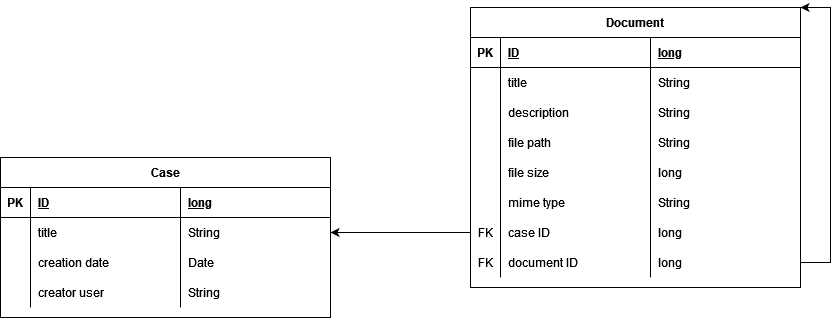
Above: Models/models.drawio.png in EvalVis/Data-storage-simulator (draw.io), before the change. Source tidied: cells renumbered, new cells last; positions are measured from the earlier drawing's top-left corner, leaving out a move shared by most shapes.
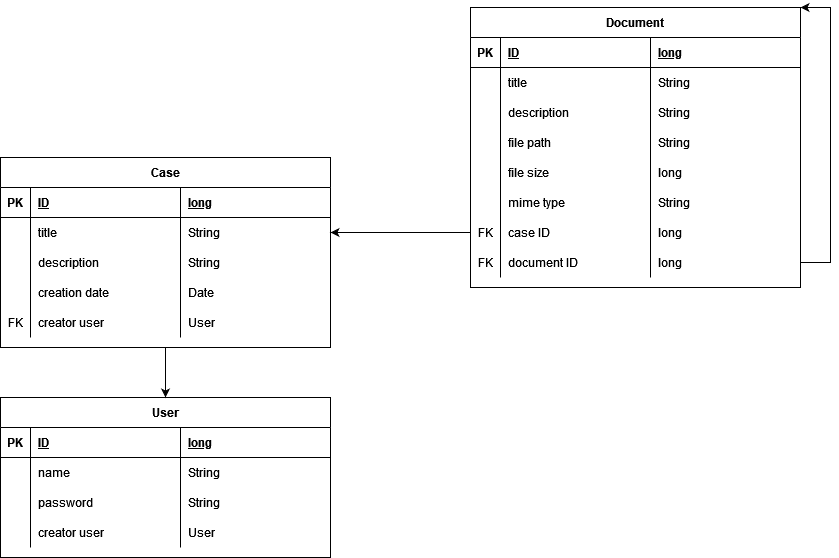
Later version of the same file.

Commit message:
Sync db diagram to project

What changed in the source:
```diff
@@ -3,7 +3,7 @@
     <mxCell id="0" />
     <mxCell id="1" parent="0" />
     <mxCell id="2" value="Case" style="shape=table;startSize=30;rowLines=0;fontStyle=1;align=center;" parent="1" vertex="1">
-      <mxGeometry y="150" width="330" height="160" as="geometry" />
+      <mxGeometry y="150" width="330" height="190" as="geometry" />
     </mxCell>
     <mxCell id="3" style="shape=tableRow;horizontal=0;startSize=0;swimlaneHead=0;swimlaneBody=0;fillColor=none;top=0;left=0;right=0;bottom=1;" parent="2" vertex="1">
       <mxGeometry y="30" width="330" height="30" as="geometry" />
@@ -29,8 +29,20 @@
     <mxCell id="10" value="String" style="shape=partialRectangle;fillColor=none;top=0;left=0;bottom=0;right=0;align=left;spacingLeft=6;overflow=hidden;" parent="7" vertex="1">
       <mxGeometry x="180" width="150" height="30" as="geometry" />
     </mxCell>
+    <mxCell id="54" style="shape=tableRow;horizontal=0;startSize=0;swimlaneHead=0;swimlaneBody=0;fillColor=none;top=0;left=0;right=0;bottom=0;" parent="2" vertex="1">
+      <mxGeometry y="90" width="330" height="30" as="geometry" />
+    </mxCell>
+    <mxCell id="55" style="shape=partialRectangle;fillColor=none;top=0;left=0;bottom=0;right=0;overflow=hidden;" parent="54" vertex="1">
+      <mxGeometry width="30" height="30" as="geometry" />
+    </mxCell>
+    <mxCell id="56" value="description" style="shape=partialRectangle;fillColor=none;top=0;left=0;bottom=0;right=0;align=left;spacingLeft=6;overflow=hidden;" parent="54" vertex="1">
+      <mxGeometry x="30" width="150" height="30" as="geometry" />
+    </mxCell>
+    <mxCell id="57" value="String" style="shape=partialRectangle;fillColor=none;top=0;left=0;bottom=0;right=0;align=left;spacingLeft=6;overflow=hidden;" parent="54" vertex="1">
+      <mxGeometry x="180" width="150" height="30" as="geometry" />
+    </mxCell>
     <mxCell id="11" style="shape=tableRow;horizontal=0;startSize=0;swimlaneHead=0;swimlaneBody=0;fillColor=none;top=0;left=0;right=0;bottom=0;" parent="2" vertex="1">
-      <mxGeometry y="90" width="330" height="30" as="geometry" />
+      <mxGeometry y="120" width="330" height="30" as="geometry" />
     </mxCell>
     <mxCell id="12" style="shape=partialRectangle;fillColor=none;top=0;left=0;bottom=0;right=0;overflow=hidden;" parent="11" vertex="1">
       <mxGeometry width="30" height="30" as="geometry" />
@@ -42,15 +54,15 @@
       <mxGeometry x="180" width="150" height="30" as="geometry" />
     </mxCell>
     <mxCell id="15" style="shape=tableRow;horizontal=0;startSize=0;swimlaneHead=0;swimlaneBody=0;fillColor=none;top=0;left=0;right=0;bottom=0;" parent="2" vertex="1">
-      <mxGeometry y="120" width="330" height="30" as="geometry" />
+      <mxGeometry y="150" width="330" height="30" as="geometry" />
     </mxCell>
-    <mxCell id="16" style="shape=partialRectangle;fillColor=none;top=0;left=0;bottom=0;right=0;overflow=hidden;" parent="15" vertex="1">
+    <mxCell id="16" value="FK" style="shape=partialRectangle;fillColor=none;top=0;left=0;bottom=0;right=0;overflow=hidden;" parent="15" vertex="1">
       <mxGeometry width="30" height="30" as="geometry" />
     </mxCell>
     <mxCell id="17" value="creator user" style="shape=partialRectangle;fillColor=none;top=0;left=0;bottom=0;right=0;align=left;spacingLeft=6;overflow=hidden;" parent="15" vertex="1">
       <mxGeometry x="30" width="150" height="30" as="geometry" />
     </mxCell>
-    <mxCell id="18" value="String" style="shape=partialRectangle;fillColor=none;top=0;left=0;bottom=0;right=0;align=left;spacingLeft=6;overflow=hidden;" parent="15" vertex="1">
+    <mxCell id="18" value="User" style="shape=partialRectangle;fillColor=none;top=0;left=0;bottom=0;right=0;align=left;spacingLeft=6;overflow=hidden;" parent="15" vertex="1">
       <mxGeometry x="180" width="150" height="30" as="geometry" />
     </mxCell>
     <mxCell id="19" value="Document" style="shape=table;startSize=30;rowLines=0;fontStyle=1;align=center;" parent="1" vertex="1">
@@ -163,5 +175,59 @@
     <mxCell id="53" style="endArrow=classic;html=1;rounded=0;exitX=0;exitY=0.5;exitDx=0;exitDy=0;entryX=1;entryY=0.5;entryDx=0;entryDy=0;" parent="1" edge="1" source="44" target="7">
       <mxGeometry relative="1" as="geometry" />
     </mxCell>
+    <mxCell id="58" value="User" style="shape=table;startSize=30;rowLines=0;fontStyle=1;align=center;" parent="1" vertex="1">
+      <mxGeometry y="390" width="330" height="160" as="geometry" />
+    </mxCell>
+    <mxCell id="59" style="shape=tableRow;horizontal=0;startSize=0;swimlaneHead=0;swimlaneBody=0;fillColor=none;top=0;left=0;right=0;bottom=1;" parent="58" vertex="1">
+      <mxGeometry y="30" width="330" height="30" as="geometry" />
+    </mxCell>
+    <mxCell id="60" value="PK" style="shape=partialRectangle;fillColor=none;top=0;left=0;bottom=0;right=0;fontStyle=1;overflow=hidden;" parent="59" vertex="1">
+      <mxGeometry width="30" height="30" as="geometry" />
+    </mxCell>
+    <mxCell id="61" value="ID" style="shape=partialRectangle;fillColor=none;top=0;left=0;bottom=0;right=0;align=left;spacingLeft=6;fontStyle=5;overflow=hidden;" parent="59" vertex="1">
+      <mxGeometry x="30" width="150" height="30" as="geometry" />
+    </mxCell>
+    <mxCell id="62" value="long" style="shape=partialRectangle;fillColor=none;top=0;left=0;bottom=0;right=0;align=left;spacingLeft=6;fontStyle=5;overflow=hidden;" parent="59" vertex="1">
+      <mxGeometry x="180" width="150" height="30" as="geometry" />
+    </mxCell>
+    <mxCell id="63" style="shape=tableRow;horizontal=0;startSize=0;swimlaneHead=0;swimlaneBody=0;fillColor=none;top=0;left=0;right=0;bottom=0;" parent="58" vertex="1">
+      <mxGeometry y="60" width="330" height="30" as="geometry" />
+    </mxCell>
+    <mxCell id="64" style="shape=partialRectangle;fillColor=none;top=0;left=0;bottom=0;right=0;overflow=hidden;" parent="63" vertex="1">
+      <mxGeometry width="30" height="30" as="geometry" />
+    </mxCell>
+    <mxCell id="65" value="name" style="shape=partialRectangle;fillColor=none;top=0;left=0;bottom=0;right=0;align=left;spacingLeft=6;overflow=hidden;" parent="63" vertex="1">
+      <mxGeometry x="30" width="150" height="30" as="geometry" />
+    </mxCell>
+    <mxCell id="66" value="String" style="shape=partialRectangle;fillColor=none;top=0;left=0;bottom=0;right=0;align=left;spacingLeft=6;overflow=hidden;" parent="63" vertex="1">
+      <mxGeometry x="180" width="150" height="30" as="geometry" />
+    </mxCell>
+    <mxCell id="67" style="shape=tableRow;horizontal=0;startSize=0;swimlaneHead=0;swimlaneBody=0;fillColor=none;top=0;left=0;right=0;bottom=0;" parent="58" vertex="1">
+      <mxGeometry y="90" width="330" height="30" as="geometry" />
+    </mxCell>
+    <mxCell id="68" style="shape=partialRectangle;fillColor=none;top=0;left=0;bottom=0;right=0;overflow=hidden;" parent="67" vertex="1">
+      <mxGeometry width="30" height="30" as="geometry" />
+    </mxCell>
+    <mxCell id="69" value="password" style="shape=partialRectangle;fillColor=none;top=0;left=0;bottom=0;right=0;align=left;spacingLeft=6;overflow=hidden;" parent="67" vertex="1">
+      <mxGeometry x="30" width="150" height="30" as="geometry" />
+    </mxCell>
+    <mxCell id="70" value="String" style="shape=partialRectangle;fillColor=none;top=0;left=0;bottom=0;right=0;align=left;spacingLeft=6;overflow=hidden;" parent="67" vertex="1">
+      <mxGeometry x="180" width="150" height="30" as="geometry" />
+    </mxCell>
+    <mxCell id="71" style="shape=tableRow;horizontal=0;startSize=0;swimlaneHead=0;swimlaneBody=0;fillColor=none;top=0;left=0;right=0;bottom=0;" parent="58" vertex="1">
+      <mxGeometry y="120" width="330" height="30" as="geometry" />
+    </mxCell>
+    <mxCell id="72" style="shape=partialRectangle;fillColor=none;top=0;left=0;bottom=0;right=0;overflow=hidden;" parent="71" vertex="1">
+      <mxGeometry width="30" height="30" as="geometry" />
+    </mxCell>
+    <mxCell id="73" value="creator user" style="shape=partialRectangle;fillColor=none;top=0;left=0;bottom=0;right=0;align=left;spacingLeft=6;overflow=hidden;" parent="71" vertex="1">
+      <mxGeometry x="30" width="150" height="30" as="geometry" />
+    </mxCell>
+    <mxCell id="74" value="User" style="shape=partialRectangle;fillColor=none;top=0;left=0;bottom=0;right=0;align=left;spacingLeft=6;overflow=hidden;" parent="71" vertex="1">
+      <mxGeometry x="180" width="150" height="30" as="geometry" />
+    </mxCell>
+    <mxCell id="75" style="endArrow=classic;html=1;rounded=0;exitX=0.5;exitY=1;exitDx=0;exitDy=0;entryX=0.5;entryY=0;entryDx=0;entryDy=0;" parent="1" edge="1" source="2" target="58">
+      <mxGeometry relative="1" as="geometry" />
+    </mxCell>
   </root>
 </mxGraphModel>
```
